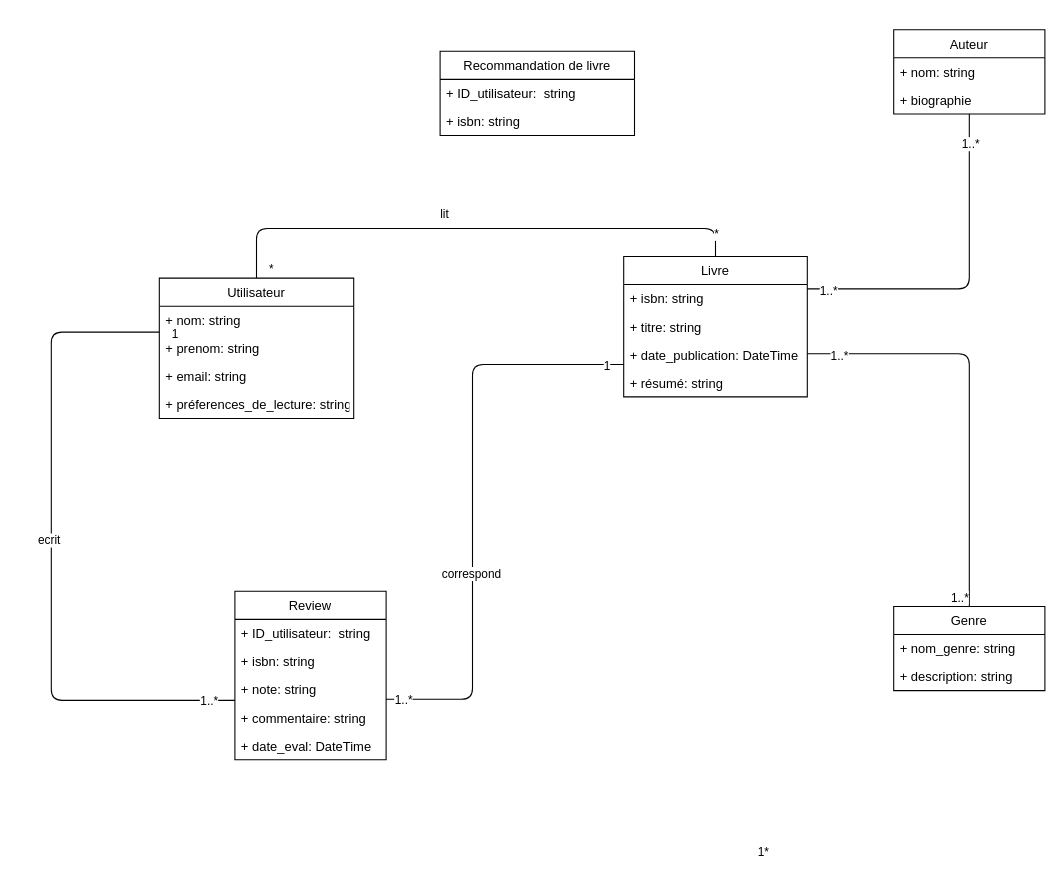
Before: Documentation/Testlivres.drawio in ferreiracvitoria/Symfony_projet_WAD23, a draw.io diagram. Source tidied: cells renumbered, new cells numbered last; positions are measured from the earlier drawing's top-left corner, leaving out a move shared by most shapes. Both pictures are drawn from the tidied source at 108%, with x=0, y=0 at pixel (51, 29).
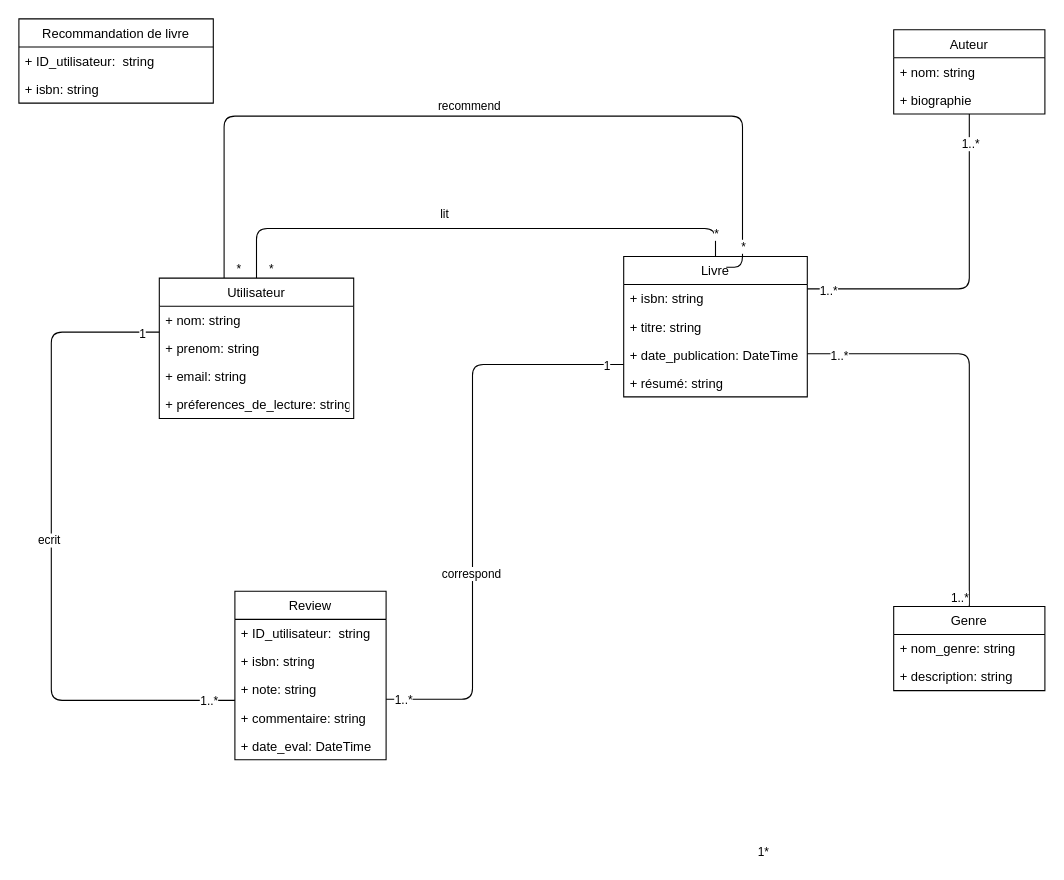
The same diagram, later.

Unchanged cells that the change refers to:
```xml
<mxCell id="10" value="Utilisateur" style="swimlane;fontStyle=0;horizontal=1;startSize=26;fillColor=none;" parent="1" vertex="1">
  <mxGeometry x="100" y="230" width="180" height="130" as="geometry" />
</mxCell>
<mxCell id="42" style="endArrow=none;html=1;edgeStyle=orthogonalEdgeStyle;" parent="1" edge="1" source="10" target="18">
  <mxGeometry relative="1" as="geometry">
    <Array as="points">
      <mxPoint y="280" />
      <mxPoint y="621" />
    </Array>
  </mxGeometry>
</mxCell>
```

Change to the diagram source:
```diff
@@
     <mxCell id="15" value="Recommandation de livre" style="swimlane;fontStyle=0;horizontal=1;startSize=26;fillColor=none;" parent="1" vertex="1">
-      <mxGeometry x="360" y="20" width="180" height="78" as="geometry" />
+      <mxGeometry x="-30" y="-10" width="180" height="78" as="geometry" />
     </mxCell>
@@
     <mxCell id="43" value="1" style="edgeLabel;html=1;align=left;verticalAlign=bottom;" parent="42" vertex="1">
       <mxGeometry x="-1" relative="1" as="geometry">
-        <mxPoint x="10" y="10" as="offset" />
+        <mxPoint x="-20" y="10" as="offset" />
       </mxGeometry>
     </mxCell>
@@
+    <mxCell id="46" style="endArrow=none;html=1;edgeStyle=orthogonalEdgeStyle;" parent="1" edge="1" source="10">
+      <mxGeometry relative="1" as="geometry">
+        <mxPoint x="625" y="220" as="targetPoint" />
+        <Array as="points">
+          <mxPoint x="160" y="80" />
+          <mxPoint x="640" y="80" />
+          <mxPoint x="640" y="220" />
+        </Array>
+      </mxGeometry>
+    </mxCell>
+    <mxCell id="47" value="*" style="edgeLabel;html=1;align=left;verticalAlign=bottom;" parent="46" vertex="1">
+      <mxGeometry x="-1" relative="1" as="geometry">
+        <mxPoint x="10" as="offset" />
+      </mxGeometry>
+    </mxCell>
+    <mxCell id="48" value="recommend" style="edgeLabel;html=1;align=center;verticalAlign=middle;" parent="46" vertex="1">
+      <mxGeometry x="-0.12" y="3" relative="1" as="geometry">
+        <mxPoint x="31" y="-7" as="offset" />
+      </mxGeometry>
+    </mxCell>
+    <mxCell id="49" value="*" style="edgeLabel;html=1;align=center;verticalAlign=middle;" parent="46" vertex="1">
+      <mxGeometry x="0.91" relative="1" as="geometry" />
+    </mxCell>
```
